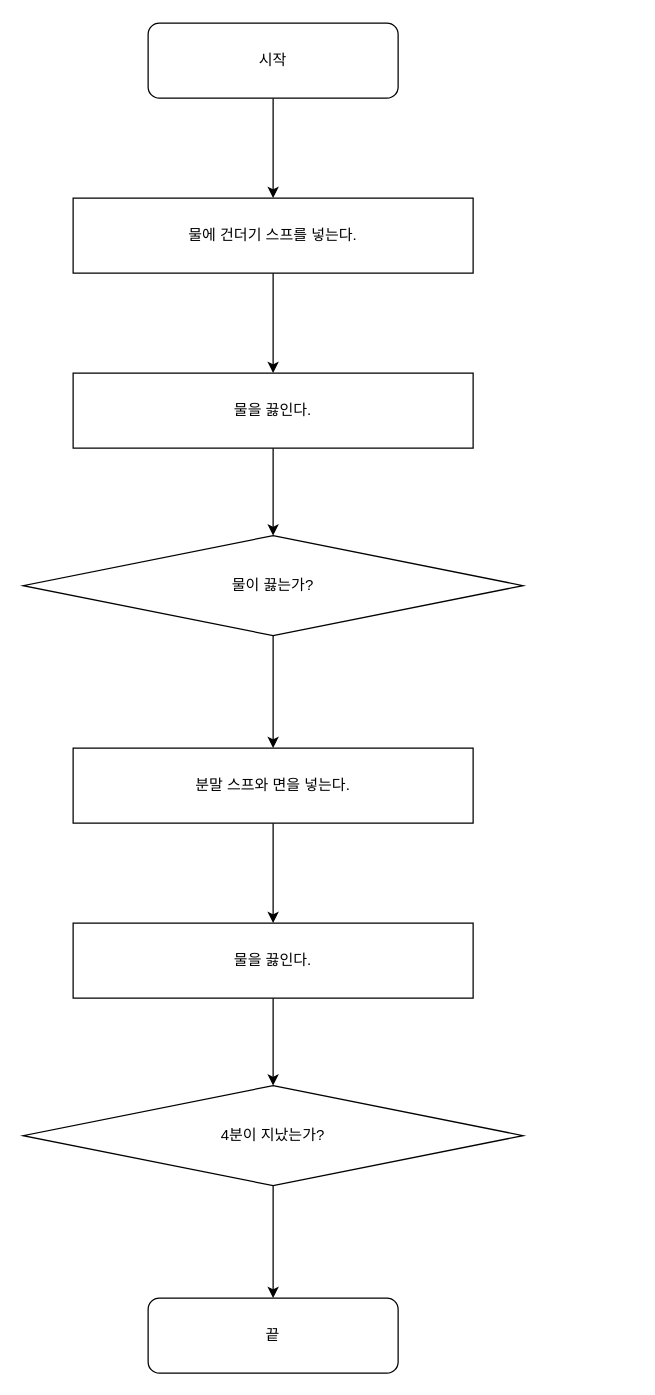
mindychoi/WEB keeps this draw.io diagram as page "Page-1" (1 of 2) of Untitled Diagram.drawio. Above is the earlier version. Source tidied: cells renumbered, new cells numbered last; positions are measured from the earlier drawing's top-left corner, leaving out a move shared by most shapes. Both pictures are drawn from the tidied source at 125%, with x=0, y=0 at pixel (22, 22).
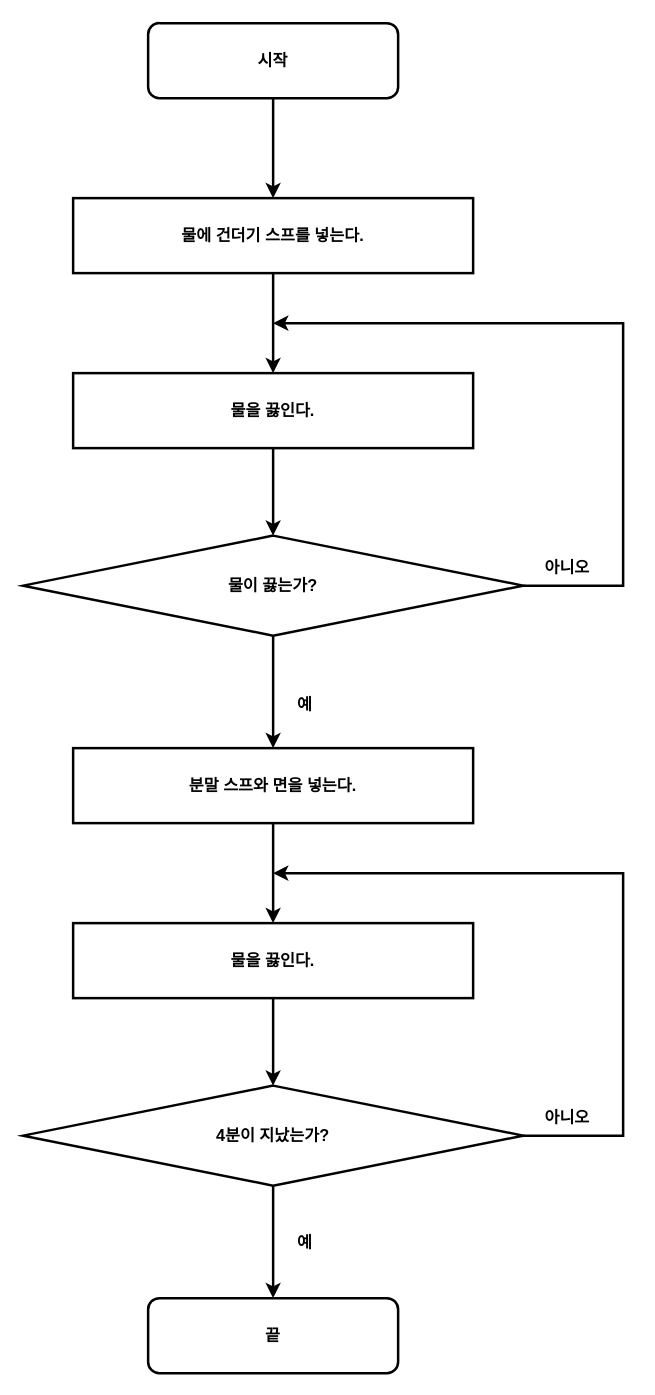
The same diagram, later.

The edit, as a diff of the source:
```diff
@@
-    <mxCell id="2" style="edgeStyle=orthogonalEdgeStyle;rounded=0;jettySize=auto;html=1;" parent="1" edge="1" source="3" target="5">
+    <mxCell id="2" style="edgeStyle=orthogonalEdgeStyle;rounded=0;jettySize=auto;html=1;fontSize=13;fontStyle=1;strokeWidth=2;" parent="1" edge="1" source="3" target="5">
       <mxGeometry relative="1" as="geometry" />
     </mxCell>
-    <mxCell id="3" value="시작" style="rounded=1;whiteSpace=wrap;html=1;" parent="1" vertex="1">
+    <mxCell id="3" value="시작" style="rounded=1;whiteSpace=wrap;html=1;fontSize=13;fontStyle=1;strokeWidth=2;" parent="1" vertex="1">
       <mxGeometry x="100" width="200" height="60" as="geometry" />
     </mxCell>
-    <mxCell id="4" style="edgeStyle=orthogonalEdgeStyle;rounded=0;jettySize=auto;html=1;" parent="1" edge="1" source="5" target="7">
+    <mxCell id="4" style="edgeStyle=orthogonalEdgeStyle;rounded=0;jettySize=auto;html=1;fontSize=13;fontStyle=1;strokeWidth=2;" parent="1" edge="1" source="5" target="7">
       <mxGeometry relative="1" as="geometry" />
     </mxCell>
-    <mxCell id="5" value="물에 건더기 스프를 넣는다." style="rounded=0;whiteSpace=wrap;html=1;" parent="1" vertex="1">
+    <mxCell id="5" value="물에 건더기 스프를 넣는다." style="rounded=0;whiteSpace=wrap;html=1;fontSize=13;fontStyle=1;strokeWidth=2;" parent="1" vertex="1">
       <mxGeometry x="40" y="140" width="320" height="60" as="geometry" />
     </mxCell>
-    <mxCell id="6" style="edgeStyle=orthogonalEdgeStyle;rounded=0;jettySize=auto;html=1;" parent="1" edge="1" source="7" target="9">
+    <mxCell id="6" style="edgeStyle=orthogonalEdgeStyle;rounded=0;jettySize=auto;html=1;fontSize=13;fontStyle=1;strokeWidth=2;" parent="1" edge="1" source="7" target="9">
       <mxGeometry relative="1" as="geometry" />
     </mxCell>
-    <mxCell id="7" value="물을 끓인다." style="whiteSpace=wrap;html=1;rounded=0;" parent="1" vertex="1">
+    <mxCell id="7" value="물을 끓인다." style="whiteSpace=wrap;html=1;rounded=0;fontSize=13;fontStyle=1;strokeWidth=2;" parent="1" vertex="1">
       <mxGeometry x="40" y="280" width="320" height="60" as="geometry" />
     </mxCell>
-    <mxCell id="8" style="edgeStyle=orthogonalEdgeStyle;rounded=0;jettySize=auto;html=1;" parent="1" edge="1" source="9" target="11">
+    <mxCell id="8" style="edgeStyle=orthogonalEdgeStyle;rounded=0;jettySize=auto;html=1;fontSize=13;fontStyle=1;strokeWidth=2;" parent="1" edge="1" source="9" target="11">
       <mxGeometry relative="1" as="geometry" />
     </mxCell>
-    <mxCell id="9" value="물이 끓는가?" style="rhombus;whiteSpace=wrap;html=1;rounded=0;" parent="1" vertex="1">
+    <mxCell id="9" value="물이 끓는가?" style="rhombus;whiteSpace=wrap;html=1;rounded=0;fontSize=13;fontStyle=1;strokeWidth=2;" parent="1" vertex="1">
       <mxGeometry y="410" width="400" height="80" as="geometry" />
     </mxCell>
-    <mxCell id="10" style="edgeStyle=orthogonalEdgeStyle;rounded=0;jettySize=auto;html=1;" parent="1" edge="1" source="11" target="13">
+    <mxCell id="10" style="edgeStyle=orthogonalEdgeStyle;rounded=0;jettySize=auto;html=1;fontSize=13;fontStyle=1;strokeWidth=2;" parent="1" edge="1" source="11" target="13">
       <mxGeometry relative="1" as="geometry" />
     </mxCell>
-    <mxCell id="11" value="분말 스프와 면을 넣는다." style="whiteSpace=wrap;html=1;rounded=0;" parent="1" vertex="1">
+    <mxCell id="11" value="분말 스프와 면을 넣는다." style="whiteSpace=wrap;html=1;rounded=0;fontSize=13;fontStyle=1;strokeWidth=2;" parent="1" vertex="1">
       <mxGeometry x="40" y="580" width="320" height="60" as="geometry" />
     </mxCell>
-    <mxCell id="12" style="edgeStyle=orthogonalEdgeStyle;rounded=0;jettySize=auto;html=1;" parent="1" edge="1" source="13" target="15">
+    <mxCell id="12" style="edgeStyle=orthogonalEdgeStyle;rounded=0;jettySize=auto;html=1;fontSize=13;fontStyle=1;strokeWidth=2;" parent="1" edge="1" source="13" target="15">
       <mxGeometry relative="1" as="geometry" />
     </mxCell>
-    <mxCell id="13" value="물을 끓인다." style="whiteSpace=wrap;html=1;rounded=0;" parent="1" vertex="1">
+    <mxCell id="13" value="물을 끓인다." style="whiteSpace=wrap;html=1;rounded=0;fontSize=13;fontStyle=1;strokeWidth=2;" parent="1" vertex="1">
       <mxGeometry x="40" y="720" width="320" height="60" as="geometry" />
     </mxCell>
-    <mxCell id="14" style="edgeStyle=orthogonalEdgeStyle;rounded=0;jettySize=auto;html=1;" parent="1" edge="1" source="15" target="16">
+    <mxCell id="14" style="edgeStyle=orthogonalEdgeStyle;rounded=0;jettySize=auto;html=1;fontSize=13;fontStyle=1;strokeWidth=2;" parent="1" edge="1" source="15" target="16">
       <mxGeometry relative="1" as="geometry" />
     </mxCell>
-    <mxCell id="15" value="4분이 지났는가?" style="rhombus;whiteSpace=wrap;html=1;rounded=0;" parent="1" vertex="1">
+    <mxCell id="15" value="4분이 지났는가?" style="rhombus;whiteSpace=wrap;html=1;rounded=0;fontSize=13;fontStyle=1;strokeWidth=2;" parent="1" vertex="1">
       <mxGeometry y="850" width="400" height="80" as="geometry" />
     </mxCell>
-    <mxCell id="16" value="끝" style="whiteSpace=wrap;html=1;rounded=1;" parent="1" vertex="1">
+    <mxCell id="16" value="끝" style="whiteSpace=wrap;html=1;rounded=1;fontSize=13;fontStyle=1;strokeWidth=2;" parent="1" vertex="1">
       <mxGeometry x="100" y="1020" width="200" height="60" as="geometry" />
     </mxCell>
+    <mxCell id="17" style="edgeStyle=segmentEdgeStyle;endArrow=classic;html=1;rounded=0;fontSize=13;fontStyle=1;strokeWidth=2;" parent="1" edge="1">
+      <mxGeometry relative="1" as="geometry">
+        <mxPoint x="400" y="450" as="sourcePoint" />
+        <mxPoint x="200" y="240" as="targetPoint" />
+        <Array as="points">
+          <mxPoint x="480" y="450" />
+          <mxPoint x="480" y="240" />
+          <mxPoint x="200" y="240" />
+        </Array>
+      </mxGeometry>
+    </mxCell>
+    <mxCell id="18" style="edgeStyle=segmentEdgeStyle;endArrow=classic;html=1;rounded=0;fontSize=13;fontStyle=1;strokeWidth=2;" parent="1" edge="1">
+      <mxGeometry relative="1" as="geometry">
+        <mxPoint x="400" y="890" as="sourcePoint" />
+        <mxPoint x="200" y="680" as="targetPoint" />
+        <Array as="points">
+          <mxPoint x="480" y="890" />
+          <mxPoint x="480" y="680" />
+          <mxPoint x="200" y="680" />
+        </Array>
+      </mxGeometry>
+    </mxCell>
+    <mxCell id="19" value="&lt;font style=&quot;font-size: 13px;&quot;&gt;예&lt;/font&gt;" style="text;strokeColor=none;fillColor=none;html=1;fontSize=13;fontStyle=1;verticalAlign=middle;align=center;rounded=1;strokeWidth=2;" parent="1" vertex="1">
+      <mxGeometry x="180" y="530" width="90" height="30" as="geometry" />
+    </mxCell>
+    <mxCell id="20" value="&lt;font style=&quot;font-size: 13px;&quot;&gt;아니오&lt;/font&gt;" style="text;strokeColor=none;fillColor=none;html=1;fontSize=13;fontStyle=1;verticalAlign=middle;align=center;rounded=1;strokeWidth=2;" parent="1" vertex="1">
+      <mxGeometry x="390" y="420" width="90" height="30" as="geometry" />
+    </mxCell>
+    <mxCell id="21" value="&lt;font style=&quot;font-size: 13px;&quot;&gt;예&lt;/font&gt;" style="text;strokeColor=none;fillColor=none;html=1;fontSize=13;fontStyle=1;verticalAlign=middle;align=center;rounded=1;strokeWidth=2;" parent="1" vertex="1">
+      <mxGeometry x="180" y="960" width="90" height="30" as="geometry" />
+    </mxCell>
+    <mxCell id="22" value="&lt;font style=&quot;font-size: 13px;&quot;&gt;아니오&lt;/font&gt;" style="text;strokeColor=none;fillColor=none;html=1;fontSize=13;fontStyle=1;verticalAlign=middle;align=center;rounded=1;strokeWidth=2;" parent="1" vertex="1">
+      <mxGeometry x="390" y="860" width="90" height="30" as="geometry" />
+    </mxCell>
```
